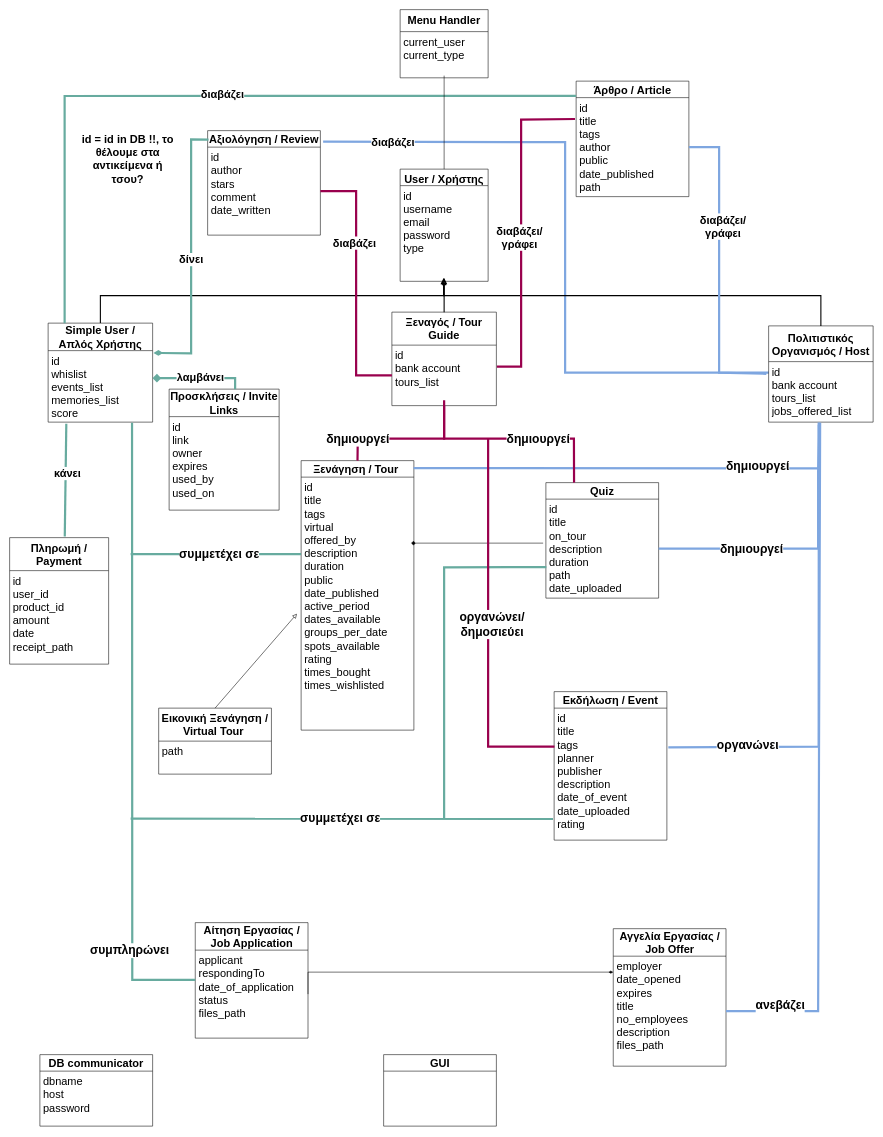
Earlier version of the draw.io diagram Phase-3/Temp files/Diagrams/Domain-Model-v0.2.drawio (sfikastheo/CEID-SoftwareEngineering-2023). Source tidied: cells renumbered, new cells numbered last; positions are measured from the earlier drawing's top-left corner, leaving out a move shared by most shapes. Both pictures are drawn from the tidied source at 55%, with x=0, y=0 at pixel (9, 9).
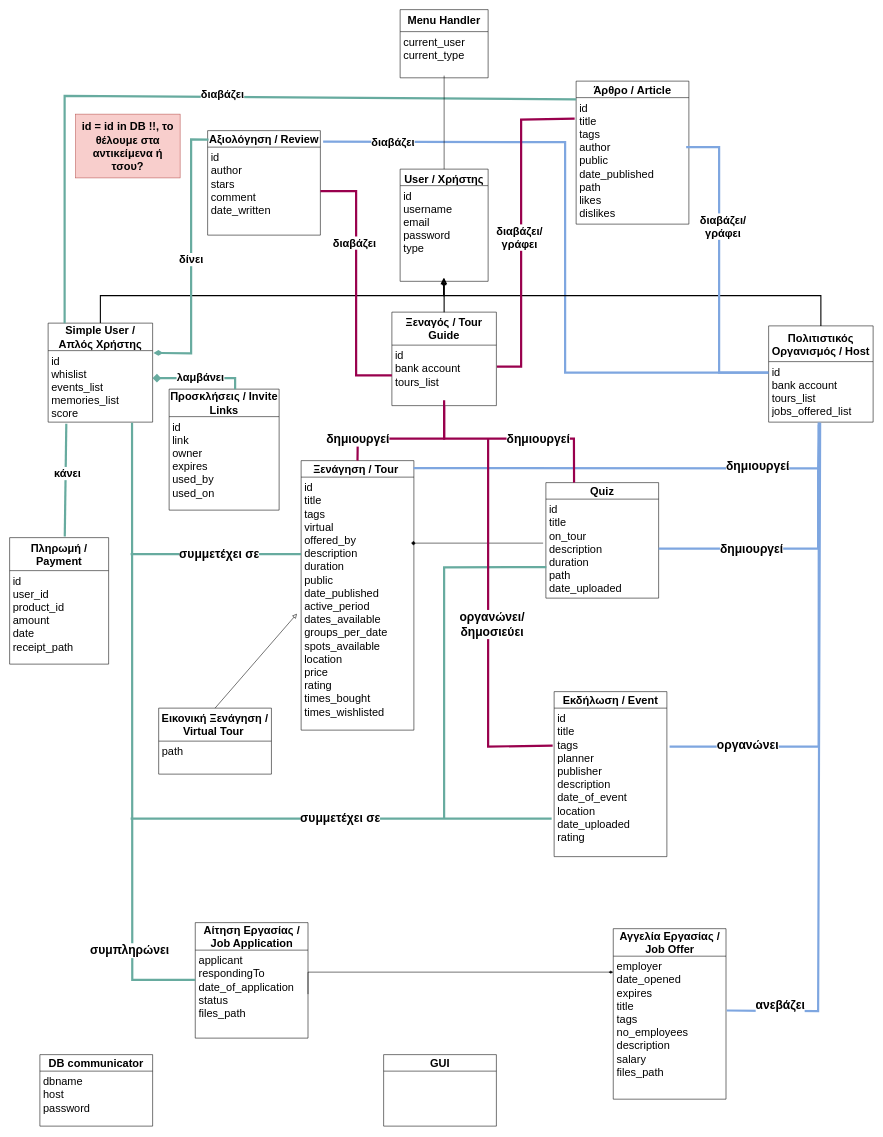
The same page after the edit.

Commit message:
Use Cases Merged All + Domain Model Diagram Updated

Unchanged cells that the change refers to:
```xml
<mxCell id="9" value="id&lt;br style=&quot;font-size: 20px;&quot;&gt;bank account&lt;br style=&quot;font-size: 20px;&quot;&gt;tours_list&lt;br style=&quot;font-size: 20px;&quot;&gt;" style="text;strokeColor=none;fillColor=none;align=left;verticalAlign=top;spacingLeft=4;spacingRight=4;overflow=hidden;points=[[0,0.5],[1,0.5]];portConstraint=eastwest;whiteSpace=wrap;html=1;fontSize=20;" parent="8" vertex="1">
  <mxGeometry y="60" width="190" height="110" as="geometry" />
</mxCell>
<mxCell id="12" value="id&lt;br style=&quot;font-size: 20px;&quot;&gt;bank account&lt;br style=&quot;font-size: 20px;&quot;&gt;tours_list&lt;br style=&quot;font-size: 20px;&quot;&gt;jobs_offered_list" style="text;strokeColor=none;fillColor=none;align=left;verticalAlign=top;spacingLeft=4;spacingRight=4;overflow=hidden;points=[[0,0.5],[1,0.5]];portConstraint=eastwest;whiteSpace=wrap;html=1;fontSize=20;" parent="11" vertex="1">
  <mxGeometry y="65" width="190" height="110" as="geometry" />
</mxCell>
<mxCell id="20" value="&lt;b style=&quot;font-size: 20px;&quot;&gt;Ξενάγηση / Tour&amp;nbsp;&lt;/b&gt;" style="swimlane;fontStyle=0;horizontal=1;startSize=30;whiteSpace=wrap;html=1;fontSize=20;" parent="1" vertex="1">
  <mxGeometry x="530" y="820" width="205" height="490" as="geometry" />
</mxCell>
```

Change to the diagram source:
```diff
@@
     <mxCell id="16" value="&lt;b style=&quot;font-size: 20px;&quot;&gt;Αγγελία Εργασίας / Job Offer&lt;/b&gt;" style="swimlane;fontStyle=0;horizontal=1;startSize=50;whiteSpace=wrap;html=1;fontSize=20;" parent="1" vertex="1">
-      <mxGeometry x="1097.5" y="1671" width="205" height="250" as="geometry" />
+      <mxGeometry x="1097.5" y="1671" width="205" height="310" as="geometry" />
     </mxCell>
-    <mxCell id="17" value="employer&lt;br&gt;date_opened&lt;br&gt;expires&lt;br&gt;title&lt;br&gt;no_employees&lt;br&gt;description&lt;br&gt;files_path" style="text;strokeColor=none;fillColor=none;align=left;verticalAlign=top;spacingLeft=4;spacingRight=4;overflow=hidden;points=[[0,0.5],[1,0.5]];portConstraint=eastwest;whiteSpace=wrap;html=1;fontSize=20;" parent="16" vertex="1">
-      <mxGeometry y="50" width="205" height="200" as="geometry" />
+    <mxCell id="17" value="employer&lt;br&gt;date_opened&lt;br&gt;expires&lt;br&gt;title&lt;br&gt;tags&lt;br&gt;no_employees&lt;br&gt;description&lt;br&gt;salary&lt;br&gt;files_path" style="text;strokeColor=none;fillColor=none;align=left;verticalAlign=top;spacingLeft=4;spacingRight=4;overflow=hidden;points=[[0,0.5],[1,0.5]];portConstraint=eastwest;whiteSpace=wrap;html=1;fontSize=20;" parent="16" vertex="1">
+      <mxGeometry y="50" width="205" height="260" as="geometry" />
     </mxCell>
@@
-    <mxCell id="21" value="id&amp;nbsp;&lt;br style=&quot;font-size: 20px;&quot;&gt;title&lt;br style=&quot;font-size: 20px;&quot;&gt;tags&lt;br style=&quot;font-size: 20px;&quot;&gt;virtual&lt;br style=&quot;font-size: 20px;&quot;&gt;offered_by&lt;br style=&quot;font-size: 20px;&quot;&gt;description&lt;br style=&quot;font-size: 20px;&quot;&gt;duration&lt;br style=&quot;font-size: 20px;&quot;&gt;public&lt;br style=&quot;font-size: 20px;&quot;&gt;date_published&lt;br style=&quot;font-size: 20px;&quot;&gt;active_period&lt;br style=&quot;font-size: 20px;&quot;&gt;dates_available&lt;br style=&quot;font-size: 20px;&quot;&gt;groups_per_date&lt;br style=&quot;font-size: 20px;&quot;&gt;spots_available&lt;br style=&quot;font-size: 20px;&quot;&gt;rating&lt;br style=&quot;font-size: 20px;&quot;&gt;times_bought&lt;br style=&quot;font-size: 20px;&quot;&gt;times_wishlisted" style="text;strokeColor=none;fillColor=none;align=left;verticalAlign=top;spacingLeft=4;spacingRight=4;overflow=hidden;points=[[0,0.5],[1,0.5]];portConstraint=eastwest;whiteSpace=wrap;html=1;fontSize=20;" parent="20" vertex="1">
+    <mxCell id="21" value="id&amp;nbsp;&lt;br style=&quot;font-size: 20px;&quot;&gt;title&lt;br style=&quot;font-size: 20px;&quot;&gt;tags&lt;br style=&quot;font-size: 20px;&quot;&gt;virtual&lt;br style=&quot;font-size: 20px;&quot;&gt;offered_by&lt;br style=&quot;font-size: 20px;&quot;&gt;description&lt;br style=&quot;font-size: 20px;&quot;&gt;duration&lt;br style=&quot;font-size: 20px;&quot;&gt;public&lt;br style=&quot;font-size: 20px;&quot;&gt;date_published&lt;br style=&quot;font-size: 20px;&quot;&gt;active_period&lt;br style=&quot;font-size: 20px;&quot;&gt;dates_available&lt;br&gt;groups_per_date&lt;br style=&quot;font-size: 20px;&quot;&gt;spots_available&lt;br&gt;location&lt;br&gt;price&lt;br style=&quot;font-size: 20px;&quot;&gt;rating&lt;br style=&quot;font-size: 20px;&quot;&gt;times_bought&lt;br style=&quot;font-size: 20px;&quot;&gt;times_wishlisted" style="text;strokeColor=none;fillColor=none;align=left;verticalAlign=top;spacingLeft=4;spacingRight=4;overflow=hidden;points=[[0,0.5],[1,0.5]];portConstraint=eastwest;whiteSpace=wrap;html=1;fontSize=20;" parent="20" vertex="1">
       <mxGeometry y="30" width="205" height="460" as="geometry" />
     </mxCell>
@@
-    <mxCell id="24" value="&lt;font style=&quot;font-size: 20px;&quot;&gt;&lt;b style=&quot;font-size: 20px;&quot;&gt;id = id in DB !!, το θέλουμε στα αντικείμενα ή τσου?&lt;/b&gt;&lt;/font&gt;" style="text;html=1;strokeColor=none;fillColor=none;align=center;verticalAlign=middle;whiteSpace=wrap;rounded=0;fontSize=20;" parent="1" vertex="1">
-      <mxGeometry x="120" y="236" width="190" height="70" as="geometry" />
+    <mxCell id="24" value="&lt;font style=&quot;font-size: 20px;&quot;&gt;&lt;b style=&quot;font-size: 20px;&quot;&gt;id = id in DB !!, το θέλουμε στα αντικείμενα ή τσου?&lt;/b&gt;&lt;/font&gt;" style="text;html=1;strokeColor=#b85450;fillColor=#f8cecc;align=center;verticalAlign=middle;whiteSpace=wrap;rounded=0;fontSize=20;" parent="1" vertex="1">
+      <mxGeometry x="120" y="190" width="190" height="116" as="geometry" />
     </mxCell>
     <mxCell id="25" value="&lt;b style=&quot;font-size: 20px;&quot;&gt;Εκδήλωση / Event&lt;/b&gt;" style="swimlane;fontStyle=0;horizontal=1;startSize=30;whiteSpace=wrap;html=1;fontSize=20;" parent="1" vertex="1">
-      <mxGeometry x="990" y="1240" width="205" height="270" as="geometry" />
+      <mxGeometry x="990" y="1240" width="205" height="300" as="geometry" />
     </mxCell>
-    <mxCell id="26" value="id&amp;nbsp;&lt;br style=&quot;font-size: 20px;&quot;&gt;title&lt;br style=&quot;font-size: 20px;&quot;&gt;tags&lt;br style=&quot;font-size: 20px;&quot;&gt;planner&lt;br style=&quot;font-size: 20px;&quot;&gt;publisher&lt;br style=&quot;font-size: 20px;&quot;&gt;description&lt;br style=&quot;font-size: 20px;&quot;&gt;date_of_event&lt;br style=&quot;font-size: 20px;&quot;&gt;date_uploaded&lt;br style=&quot;font-size: 20px;&quot;&gt;rating" style="text;strokeColor=none;fillColor=none;align=left;verticalAlign=top;spacingLeft=4;spacingRight=4;overflow=hidden;points=[[0,0.5],[1,0.5]];portConstraint=eastwest;whiteSpace=wrap;html=1;fontSize=20;" parent="25" vertex="1">
-      <mxGeometry y="30" width="205" height="240" as="geometry" />
+    <mxCell id="26" value="id&amp;nbsp;&lt;br style=&quot;font-size: 20px;&quot;&gt;title&lt;br style=&quot;font-size: 20px;&quot;&gt;tags&lt;br style=&quot;font-size: 20px;&quot;&gt;planner&lt;br style=&quot;font-size: 20px;&quot;&gt;publisher&lt;br style=&quot;font-size: 20px;&quot;&gt;description&lt;br style=&quot;font-size: 20px;&quot;&gt;date_of_event&lt;br&gt;location&lt;br style=&quot;font-size: 20px;&quot;&gt;date_uploaded&lt;br style=&quot;font-size: 20px;&quot;&gt;rating" style="text;strokeColor=none;fillColor=none;align=left;verticalAlign=top;spacingLeft=4;spacingRight=4;overflow=hidden;points=[[0,0.5],[1,0.5]];portConstraint=eastwest;whiteSpace=wrap;html=1;fontSize=20;" parent="25" vertex="1">
+      <mxGeometry y="30" width="205" height="270" as="geometry" />
     </mxCell>
@@
     <mxCell id="31" value="&lt;b style=&quot;font-size: 20px;&quot;&gt;Άρθρο / Article&lt;/b&gt;" style="swimlane;fontStyle=0;horizontal=1;startSize=30;whiteSpace=wrap;html=1;fontSize=20;" parent="1" vertex="1">
-      <mxGeometry x="1030" y="130" width="205" height="210" as="geometry" />
+      <mxGeometry x="1030" y="130" width="205" height="260" as="geometry" />
     </mxCell>
-    <mxCell id="32" value="id&amp;nbsp;&lt;br style=&quot;font-size: 20px;&quot;&gt;title&lt;br style=&quot;font-size: 20px;&quot;&gt;tags&lt;br style=&quot;font-size: 20px;&quot;&gt;author&lt;br style=&quot;font-size: 20px;&quot;&gt;public&lt;br style=&quot;font-size: 20px;&quot;&gt;date_published&lt;br style=&quot;font-size: 20px;&quot;&gt;path" style="text;strokeColor=none;fillColor=none;align=left;verticalAlign=top;spacingLeft=4;spacingRight=4;overflow=hidden;points=[[0,0.5],[1,0.5]];portConstraint=eastwest;whiteSpace=wrap;html=1;fontSize=20;" parent="31" vertex="1">
-      <mxGeometry y="30" width="205" height="180" as="geometry" />
+    <mxCell id="32" value="id&amp;nbsp;&lt;br style=&quot;font-size: 20px;&quot;&gt;title&lt;br style=&quot;font-size: 20px;&quot;&gt;tags&lt;br style=&quot;font-size: 20px;&quot;&gt;author&lt;br style=&quot;font-size: 20px;&quot;&gt;public&lt;br style=&quot;font-size: 20px;&quot;&gt;date_published&lt;br style=&quot;font-size: 20px;&quot;&gt;path&lt;br&gt;likes&lt;br&gt;dislikes" style="text;strokeColor=none;fillColor=none;align=left;verticalAlign=top;spacingLeft=4;spacingRight=4;overflow=hidden;points=[[0,0.5],[1,0.5]];portConstraint=eastwest;whiteSpace=wrap;html=1;fontSize=20;" parent="31" vertex="1">
+      <mxGeometry y="30" width="205" height="230" as="geometry" />
     </mxCell>
@@
-    <mxCell id="45" style="endArrow=none;html=1;rounded=0;exitX=1.005;exitY=0.357;exitDx=0;exitDy=0;exitPerimeter=0;entryX=-0.01;entryY=0.216;entryDx=0;entryDy=0;entryPerimeter=0;strokeWidth=4;strokeColor=#99004D;fontSize=20;" parent="1" edge="1" source="9" target="32">
+    <mxCell id="45" style="endArrow=none;html=1;rounded=0;exitX=1.005;exitY=0.357;exitDx=0;exitDy=0;exitPerimeter=0;entryX=-0.013;entryY=0.166;entryDx=0;entryDy=0;entryPerimeter=0;strokeWidth=4;strokeColor=#99004D;fontSize=20;" parent="1" edge="1" source="9" target="32">
       <mxGeometry relative="1" as="geometry">
         <Array as="points">
           <mxPoint x="930" y="649" />
           <mxPoint x="930" y="200" />
         </Array>
       </mxGeometry>
     </mxCell>
-    <mxCell id="46" style="endArrow=none;html=1;rounded=0;exitX=-0.022;exitY=0.201;exitDx=0;exitDy=0;entryX=1;entryY=0.5;entryDx=0;entryDy=0;strokeColor=#7EA6E0;strokeWidth=4;fontSize=20;exitPerimeter=0;" parent="1" edge="1" source="12" target="32">
+    <mxCell id="46" style="endArrow=none;html=1;rounded=0;strokeColor=#7EA6E0;strokeWidth=4;fontSize=20;entryX=0.976;entryY=0.391;entryDx=0;entryDy=0;entryPerimeter=0;" parent="1" edge="1" target="32">
       <mxGeometry relative="1" as="geometry">
+        <mxPoint x="1380" y="660" as="sourcePoint" />
         <Array as="points">
           <mxPoint x="1290" y="660" />
           <mxPoint x="1290" y="250" />
         </Array>
       </mxGeometry>
     </mxCell>
-    <mxCell id="47" style="endArrow=none;html=1;rounded=0;entryX=0.48;entryY=1.043;entryDx=0;entryDy=0;entryPerimeter=0;exitX=1.013;exitY=0.297;exitDx=0;exitDy=0;strokeColor=#7EA6E0;strokeWidth=4;fontSize=20;exitPerimeter=0;" parent="1" edge="1" source="26" target="12">
+    <mxCell id="47" style="endArrow=none;html=1;rounded=0;entryX=0.48;entryY=1.043;entryDx=0;entryDy=0;entryPerimeter=0;exitX=1.024;exitY=0.259;exitDx=0;exitDy=0;strokeColor=#7EA6E0;strokeWidth=4;fontSize=20;exitPerimeter=0;" parent="1" edge="1" source="26" target="12">
       <mxGeometry relative="1" as="geometry">
         <Array as="points">
           <mxPoint x="1471" y="1340" />
         </Array>
       </mxGeometry>
     </mxCell>
-    <mxCell id="48" style="endArrow=none;html=1;rounded=0;entryX=0.493;entryY=1.009;entryDx=0;entryDy=0;entryPerimeter=0;strokeWidth=4;strokeColor=#7EA6E0;fontSize=20;exitX=1;exitY=0.5;exitDx=0;exitDy=0;" parent="1" edge="1" source="17" target="12">
+    <mxCell id="48" style="endArrow=none;html=1;rounded=0;entryX=0.493;entryY=1.009;entryDx=0;entryDy=0;entryPerimeter=0;strokeWidth=4;strokeColor=#7EA6E0;fontSize=20;exitX=1.006;exitY=0.38;exitDx=0;exitDy=0;exitPerimeter=0;" parent="1" edge="1" source="17" target="12">
       <mxGeometry relative="1" as="geometry">
         <Array as="points">
           <mxPoint x="1470" y="1821" />
         </Array>
       </mxGeometry>
     </mxCell>
@@
-    <mxCell id="53" style="endArrow=none;html=1;rounded=0;strokeColor=#67AB9F;strokeWidth=4;fontSize=20;entryX=-0.01;entryY=0.839;entryDx=0;entryDy=0;entryPerimeter=0;" parent="1" edge="1" target="26">
+    <mxCell id="53" style="endArrow=none;html=1;rounded=0;strokeColor=#67AB9F;strokeWidth=4;fontSize=20;entryX=-0.022;entryY=0.744;entryDx=0;entryDy=0;entryPerimeter=0;" parent="1" edge="1" target="26">
       <mxGeometry relative="1" as="geometry">
         <mxPoint x="220" y="1471" as="sourcePoint" />
       </mxGeometry>
     </mxCell>
@@
-    <mxCell id="64" style="endArrow=none;html=1;rounded=0;strokeColor=#99004D;strokeWidth=4;fontSize=20;exitX=0.003;exitY=0.292;exitDx=0;exitDy=0;exitPerimeter=0;" parent="1" edge="1" source="26">
+    <mxCell id="64" style="endArrow=none;html=1;rounded=0;strokeColor=#99004D;strokeWidth=4;fontSize=20;exitX=-0.013;exitY=0.252;exitDx=0;exitDy=0;exitPerimeter=0;" parent="1" edge="1" source="26">
       <mxGeometry relative="1" as="geometry">
         <mxPoint x="870" y="780" as="targetPoint" />
         <Array as="points">
           <mxPoint x="870" y="1340" />
         </Array>
       </mxGeometry>
     </mxCell>
```
